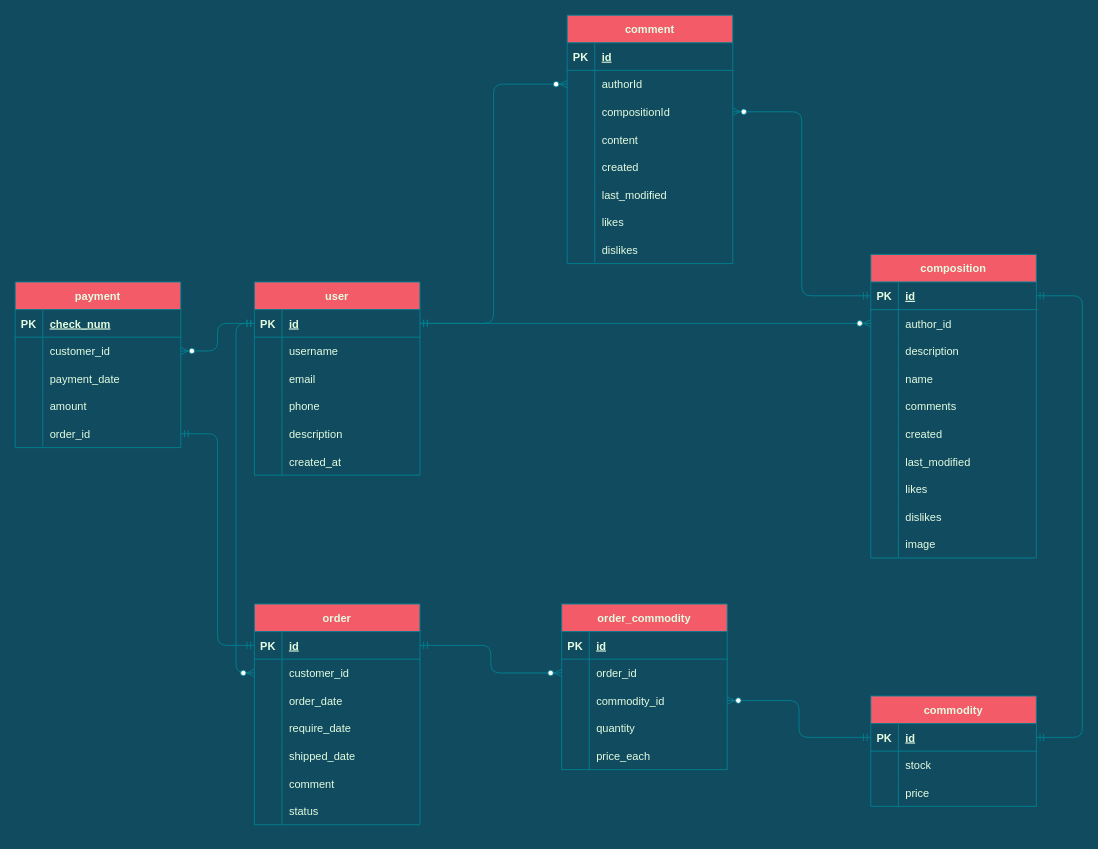
This is design/erd.drawio from youya-edu/design_in_china_backend, a draw.io file, before an edit. Source tidied: cells renumbered, new cells numbered last; positions are measured from the earlier drawing's top-left corner, leaving out a move shared by most shapes. Both pictures are drawn from the tidied source at 92%, with x=0, y=0 at pixel (15, 15).
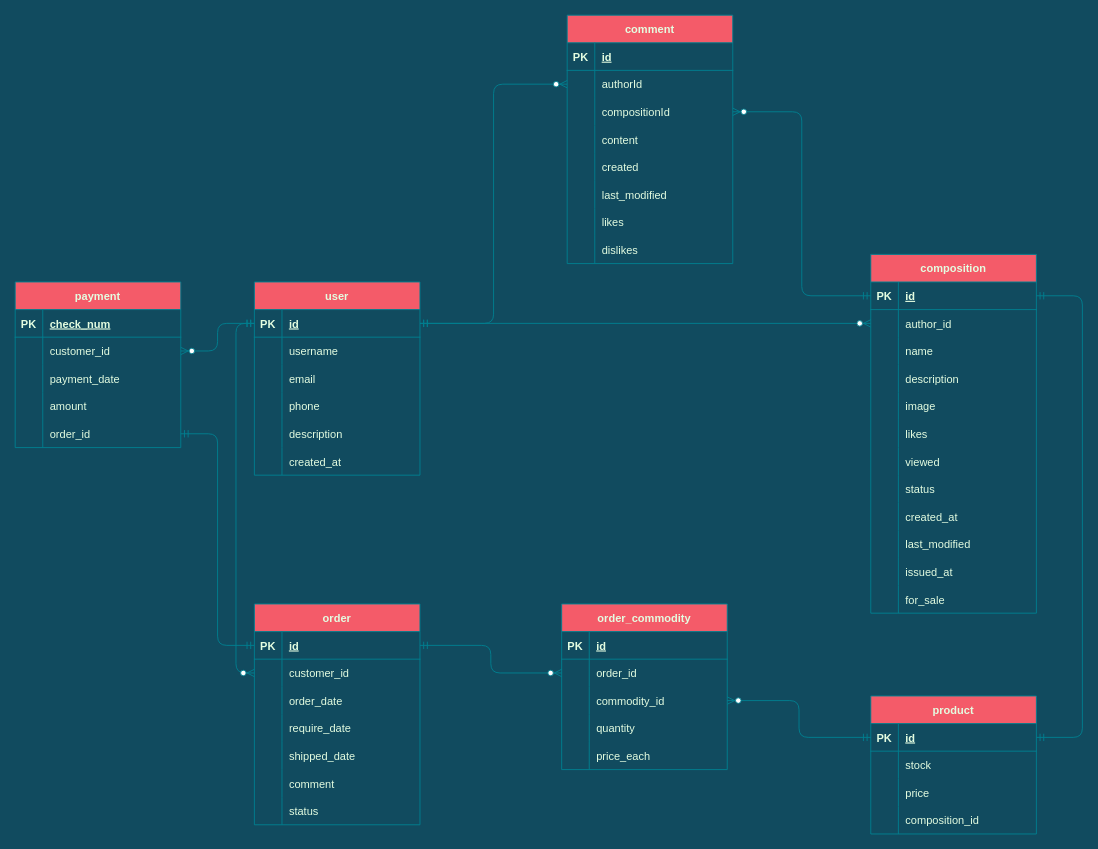
The same page after the edit.

The change refers to these unchanged cells:
```xml
<mxCell id="34" style="shape=partialRectangle;fillColor=none;top=0;left=0;bottom=0;right=0;strokeColor=#028090;fontColor=#E4FDE1;" parent="21" vertex="1">
  <mxGeometry y="150" width="180" height="30" as="geometry" />
</mxCell>
<mxCell id="37" style="shape=partialRectangle;fillColor=none;top=0;left=0;bottom=0;right=0;strokeColor=#028090;fontColor=#E4FDE1;" parent="21" vertex="1">
  <mxGeometry y="180" width="180" height="30" as="geometry" />
</mxCell>
<mxCell id="40" style="shape=partialRectangle;fillColor=none;top=0;left=0;bottom=0;right=0;strokeColor=#028090;fontColor=#E4FDE1;" parent="21" vertex="1">
  <mxGeometry y="210" width="180" height="30" as="geometry" />
</mxCell>
<mxCell id="43" style="shape=partialRectangle;fillColor=none;top=0;left=0;bottom=0;right=0;strokeColor=#028090;fontColor=#E4FDE1;" parent="21" vertex="1">
  <mxGeometry y="240" width="180" height="30" as="geometry" />
</mxCell>
<mxCell id="46" style="shape=partialRectangle;fillColor=none;top=0;left=0;bottom=0;right=0;strokeColor=#028090;fontColor=#E4FDE1;" parent="21" vertex="1">
  <mxGeometry y="270" width="180" height="30" as="geometry" />
</mxCell>
<mxCell id="49" style="shape=partialRectangle;fillColor=none;top=0;left=0;bottom=0;right=0;strokeColor=#028090;fontColor=#E4FDE1;" parent="21" vertex="1">
  <mxGeometry y="300" width="180" height="30" as="geometry" />
</mxCell>
```

Change to the diagram source:
```diff
@@
     <mxCell id="21" value="composition" style="shape=table;startSize=30;childLayout=tableLayout;rowLines=0;fontStyle=1;align=center;rounded=0;sketch=0;strokeColor=#028090;fillColor=#F45B69;fontColor=#E4FDE1;" parent="1" vertex="1">
-      <mxGeometry x="930" y="260" width="180" height="330" as="geometry" />
+      <mxGeometry x="930" y="260" width="180" height="390" as="geometry" />
     </mxCell>
@@
+    <mxCell id="31" style="shape=partialRectangle;fillColor=none;top=0;left=0;bottom=0;right=0;strokeColor=#028090;fontColor=#E4FDE1;" parent="21" vertex="1">
+      <mxGeometry y="90" width="180" height="30" as="geometry" />
+    </mxCell>
+    <mxCell id="32" style="shape=partialRectangle;fillColor=none;top=0;left=0;bottom=0;right=0;overflow=hidden;strokeColor=#028090;fontColor=#E4FDE1;" parent="31" vertex="1">
+      <mxGeometry width="30" height="30" as="geometry" />
+    </mxCell>
+    <mxCell id="33" value="name" style="shape=partialRectangle;fillColor=none;top=0;left=0;bottom=0;right=0;align=left;spacingLeft=6;overflow=hidden;strokeColor=#028090;fontColor=#E4FDE1;" parent="31" vertex="1">
+      <mxGeometry x="30" width="150" height="30" as="geometry" />
+    </mxCell>
     <mxCell id="28" style="shape=partialRectangle;fillColor=none;top=0;left=0;bottom=0;right=0;strokeColor=#028090;fontColor=#E4FDE1;" parent="21" vertex="1">
-      <mxGeometry y="90" width="180" height="30" as="geometry" />
+      <mxGeometry y="120" width="180" height="30" as="geometry" />
     </mxCell>
@@
-    <mxCell id="31" style="shape=partialRectangle;fillColor=none;top=0;left=0;bottom=0;right=0;strokeColor=#028090;fontColor=#E4FDE1;" parent="21" vertex="1">
-      <mxGeometry y="120" width="180" height="30" as="geometry" />
-    </mxCell>
-    <mxCell id="32" style="shape=partialRectangle;fillColor=none;top=0;left=0;bottom=0;right=0;overflow=hidden;strokeColor=#028090;fontColor=#E4FDE1;" parent="31" vertex="1">
-      <mxGeometry width="30" height="30" as="geometry" />
-    </mxCell>
-    <mxCell id="33" value="name" style="shape=partialRectangle;fillColor=none;top=0;left=0;bottom=0;right=0;align=left;spacingLeft=6;overflow=hidden;strokeColor=#028090;fontColor=#E4FDE1;" parent="31" vertex="1">
-      <mxGeometry x="30" width="150" height="30" as="geometry" />
-    </mxCell>
@@
-    <mxCell id="36" value="comments" style="shape=partialRectangle;fillColor=none;top=0;left=0;bottom=0;right=0;align=left;spacingLeft=6;overflow=hidden;strokeColor=#028090;fontColor=#E4FDE1;" parent="34" vertex="1">
+    <mxCell id="36" value="image" style="shape=partialRectangle;fillColor=none;top=0;left=0;bottom=0;right=0;align=left;spacingLeft=6;overflow=hidden;strokeColor=#028090;fontColor=#E4FDE1;" parent="34" vertex="1">
       <mxGeometry x="30" width="150" height="30" as="geometry" />
     </mxCell>
@@
-    <mxCell id="39" value="created" style="shape=partialRectangle;fillColor=none;top=0;left=0;bottom=0;right=0;align=left;spacingLeft=6;overflow=hidden;strokeColor=#028090;fontColor=#E4FDE1;" parent="37" vertex="1">
+    <mxCell id="39" value="likes" style="shape=partialRectangle;fillColor=none;top=0;left=0;bottom=0;right=0;align=left;spacingLeft=6;overflow=hidden;strokeColor=#028090;fontColor=#E4FDE1;" parent="37" vertex="1">
       <mxGeometry x="30" width="150" height="30" as="geometry" />
     </mxCell>
@@
-    <mxCell id="42" value="last_modified" style="shape=partialRectangle;fillColor=none;top=0;left=0;bottom=0;right=0;align=left;spacingLeft=6;overflow=hidden;strokeColor=#028090;fontColor=#E4FDE1;" parent="40" vertex="1">
+    <mxCell id="42" value="viewed" style="shape=partialRectangle;fillColor=none;top=0;left=0;bottom=0;right=0;align=left;spacingLeft=6;overflow=hidden;strokeColor=#028090;fontColor=#E4FDE1;" parent="40" vertex="1">
       <mxGeometry x="30" width="150" height="30" as="geometry" />
     </mxCell>
@@
-    <mxCell id="45" value="likes" style="shape=partialRectangle;fillColor=none;top=0;left=0;bottom=0;right=0;align=left;spacingLeft=6;overflow=hidden;strokeColor=#028090;fontColor=#E4FDE1;" parent="43" vertex="1">
+    <mxCell id="45" value="status" style="shape=partialRectangle;fillColor=none;top=0;left=0;bottom=0;right=0;align=left;spacingLeft=6;overflow=hidden;strokeColor=#028090;fontColor=#E4FDE1;" parent="43" vertex="1">
       <mxGeometry x="30" width="150" height="30" as="geometry" />
     </mxCell>
@@
-    <mxCell id="48" value="dislikes" style="shape=partialRectangle;fillColor=none;top=0;left=0;bottom=0;right=0;align=left;spacingLeft=6;overflow=hidden;strokeColor=#028090;fontColor=#E4FDE1;" parent="46" vertex="1">
+    <mxCell id="48" value="created_at" style="shape=partialRectangle;fillColor=none;top=0;left=0;bottom=0;right=0;align=left;spacingLeft=6;overflow=hidden;strokeColor=#028090;fontColor=#E4FDE1;" parent="46" vertex="1">
       <mxGeometry x="30" width="150" height="30" as="geometry" />
     </mxCell>
@@
-    <mxCell id="51" value="image" style="shape=partialRectangle;fillColor=none;top=0;left=0;bottom=0;right=0;align=left;spacingLeft=6;overflow=hidden;strokeColor=#028090;fontColor=#E4FDE1;" parent="49" vertex="1">
+    <mxCell id="51" value="last_modified" style="shape=partialRectangle;fillColor=none;top=0;left=0;bottom=0;right=0;align=left;spacingLeft=6;overflow=hidden;strokeColor=#028090;fontColor=#E4FDE1;" parent="49" vertex="1">
       <mxGeometry x="30" width="150" height="30" as="geometry" />
     </mxCell>
+    <mxCell id="150" style="shape=partialRectangle;fillColor=none;top=0;left=0;bottom=0;right=0;strokeColor=#028090;fontColor=#E4FDE1;" parent="21" vertex="1">
+      <mxGeometry y="330" width="180" height="30" as="geometry" />
+    </mxCell>
+    <mxCell id="151" style="shape=partialRectangle;fillColor=none;top=0;left=0;bottom=0;right=0;overflow=hidden;strokeColor=#028090;fontColor=#E4FDE1;" parent="150" vertex="1">
+      <mxGeometry width="30" height="30" as="geometry" />
+    </mxCell>
+    <mxCell id="152" value="issued_at" style="shape=partialRectangle;fillColor=none;top=0;left=0;bottom=0;right=0;align=left;spacingLeft=6;overflow=hidden;strokeColor=#028090;fontColor=#E4FDE1;" parent="150" vertex="1">
+      <mxGeometry x="30" width="150" height="30" as="geometry" />
+    </mxCell>
+    <mxCell id="153" style="shape=partialRectangle;fillColor=none;top=0;left=0;bottom=0;right=0;strokeColor=#028090;fontColor=#E4FDE1;" parent="21" vertex="1">
+      <mxGeometry y="360" width="180" height="30" as="geometry" />
+    </mxCell>
+    <mxCell id="154" style="shape=partialRectangle;fillColor=none;top=0;left=0;bottom=0;right=0;overflow=hidden;strokeColor=#028090;fontColor=#E4FDE1;" parent="153" vertex="1">
+      <mxGeometry width="30" height="30" as="geometry" />
+    </mxCell>
+    <mxCell id="155" value="for_sale" style="shape=partialRectangle;fillColor=none;top=0;left=0;bottom=0;right=0;align=left;spacingLeft=6;overflow=hidden;strokeColor=#028090;fontColor=#E4FDE1;" parent="153" vertex="1">
+      <mxGeometry x="30" width="150" height="30" as="geometry" />
+    </mxCell>
@@
-    <mxCell id="81" value="commodity" style="shape=table;startSize=30;childLayout=tableLayout;rowLines=0;fontStyle=1;align=center;rounded=0;sketch=0;strokeColor=#028090;fillColor=#F45B69;fontColor=#E4FDE1;" parent="1" vertex="1">
-      <mxGeometry x="930" y="740" width="180" height="120" as="geometry" />
+    <mxCell id="81" value="product" style="shape=table;startSize=30;childLayout=tableLayout;rowLines=0;fontStyle=1;align=center;rounded=0;sketch=0;strokeColor=#028090;fillColor=#F45B69;fontColor=#E4FDE1;" parent="1" vertex="1">
+      <mxGeometry x="930" y="740" width="180" height="150" as="geometry" />
     </mxCell>
@@
+    <mxCell id="156" style="shape=partialRectangle;fillColor=none;top=0;left=0;bottom=0;right=0;strokeColor=#028090;fontColor=#E4FDE1;" parent="81" vertex="1">
+      <mxGeometry y="120" width="180" height="30" as="geometry" />
+    </mxCell>
+    <mxCell id="157" style="shape=partialRectangle;fillColor=none;top=0;left=0;bottom=0;right=0;overflow=hidden;strokeColor=#028090;fontColor=#E4FDE1;" parent="156" vertex="1">
+      <mxGeometry width="30" height="30" as="geometry" />
+    </mxCell>
+    <mxCell id="158" value="composition_id" style="shape=partialRectangle;fillColor=none;top=0;left=0;bottom=0;right=0;align=left;spacingLeft=6;overflow=hidden;strokeColor=#028090;fontColor=#E4FDE1;" parent="156" vertex="1">
+      <mxGeometry x="30" width="150" height="30" as="geometry" />
+    </mxCell>
```
